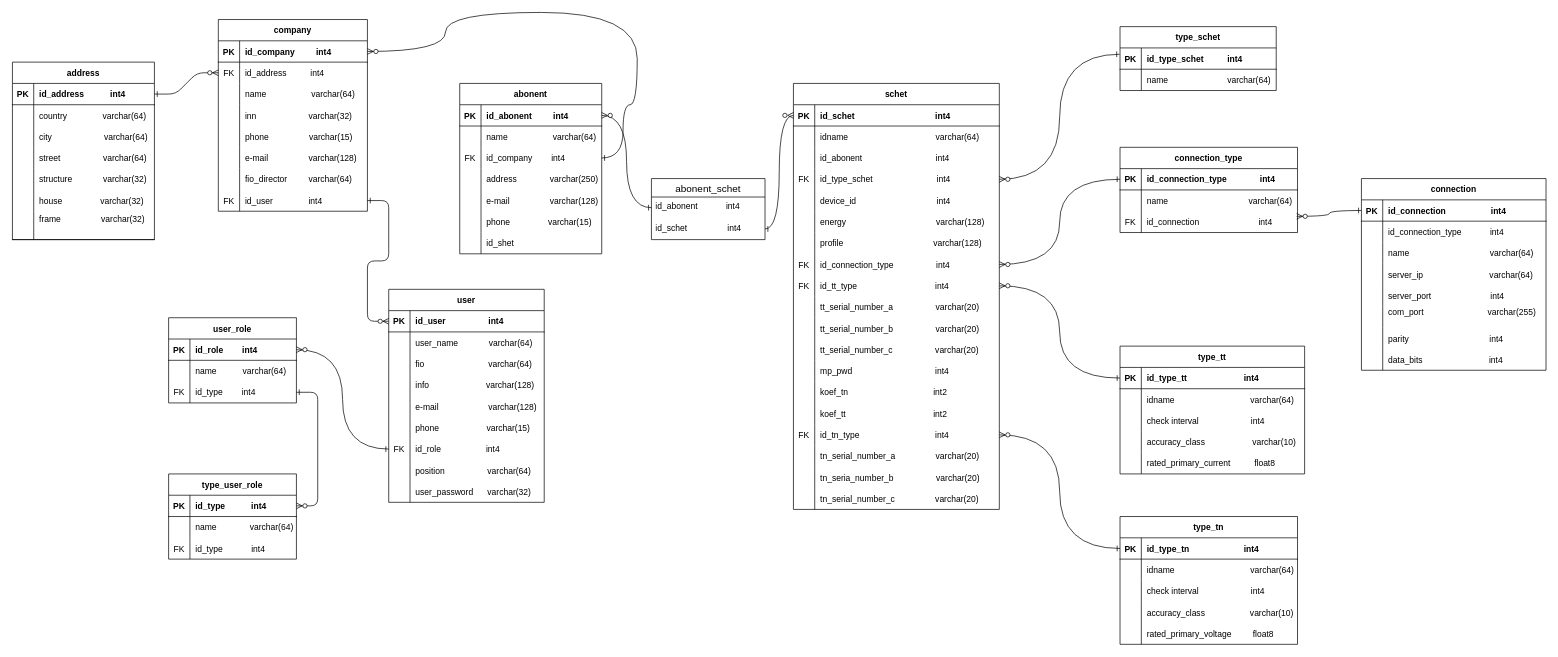
The draw.io diagram Диаграмма без названия.drawio in Leonid-Shashkin/Postgres, before the edit. Source tidied: cells renumbered, new cells numbered last; positions are measured from the earlier drawing's top-left corner, leaving out a move shared by most shapes. Both pictures are drawn from the tidied source at 71%, with x=0, y=0 at pixel (12, 12).
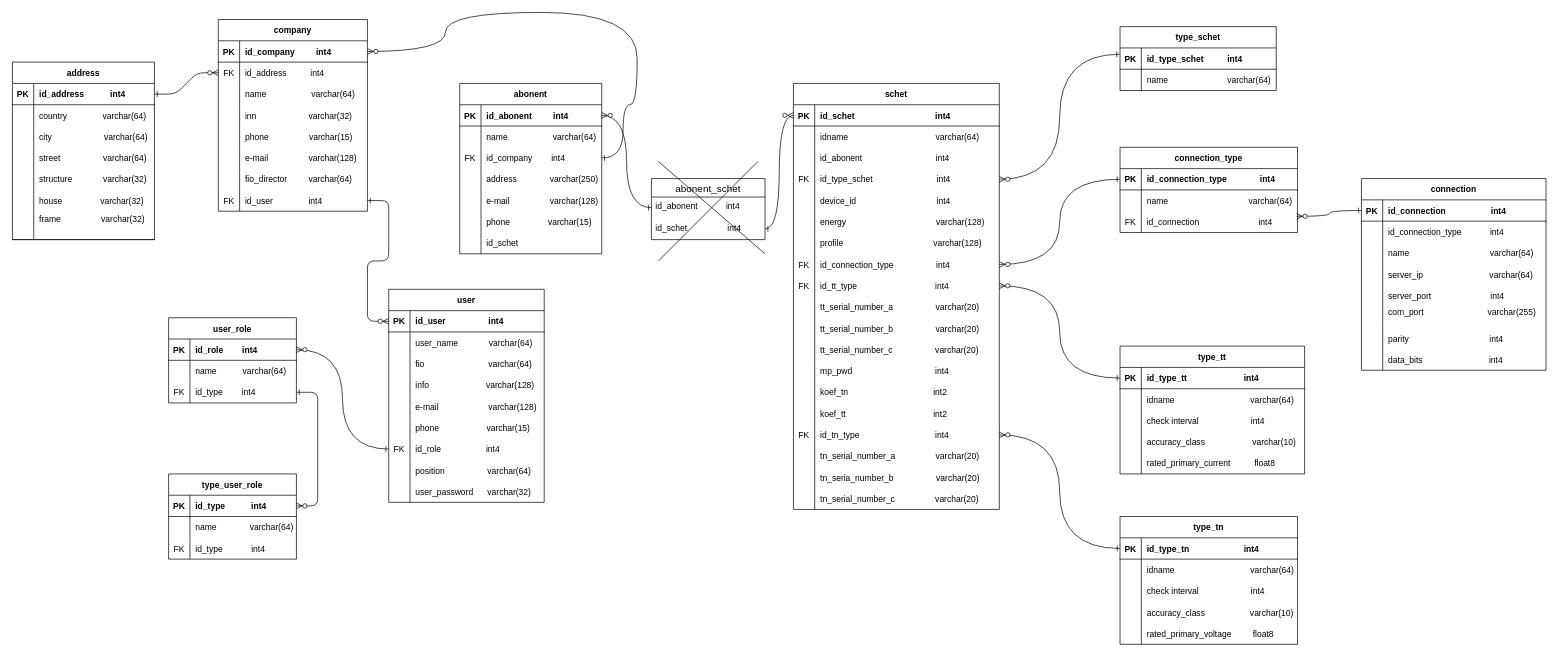
After the change.

The change refers to these unchanged cells:
```xml
<mxCell id="101" style="shape=partialRectangle;fillColor=none;top=0;left=0;right=0;bottom=0;" parent="82" vertex="1">
  <mxGeometry y="210" width="200" height="30" as="geometry" />
</mxCell>
```

The edit, as a diff of the source:
```diff
@@
-    <mxCell id="103" value="id_shet" style="shape=partialRectangle;overflow=hidden;fillColor=none;top=0;left=0;bottom=0;right=0;align=left;spacingLeft=6;" parent="101" vertex="1">
+    <mxCell id="103" value="id_schet" style="shape=partialRectangle;overflow=hidden;fillColor=none;top=0;left=0;bottom=0;right=0;align=left;spacingLeft=6;" parent="101" vertex="1">
       <mxGeometry x="30" width="170" height="30" as="geometry" />
     </mxCell>
@@
+    <mxCell id="269" style="endArrow=none;html=1;rounded=0;" parent="1" edge="1">
+      <mxGeometry relative="1" as="geometry">
+        <mxPoint x="910" y="350" as="sourcePoint" />
+        <mxPoint x="1050" y="210" as="targetPoint" />
+      </mxGeometry>
+    </mxCell>
+    <mxCell id="270" style="endArrow=none;html=1;rounded=0;" parent="1" edge="1">
+      <mxGeometry relative="1" as="geometry">
+        <mxPoint x="1060" y="340" as="sourcePoint" />
+        <mxPoint x="910" y="210" as="targetPoint" />
+      </mxGeometry>
+    </mxCell>
```
